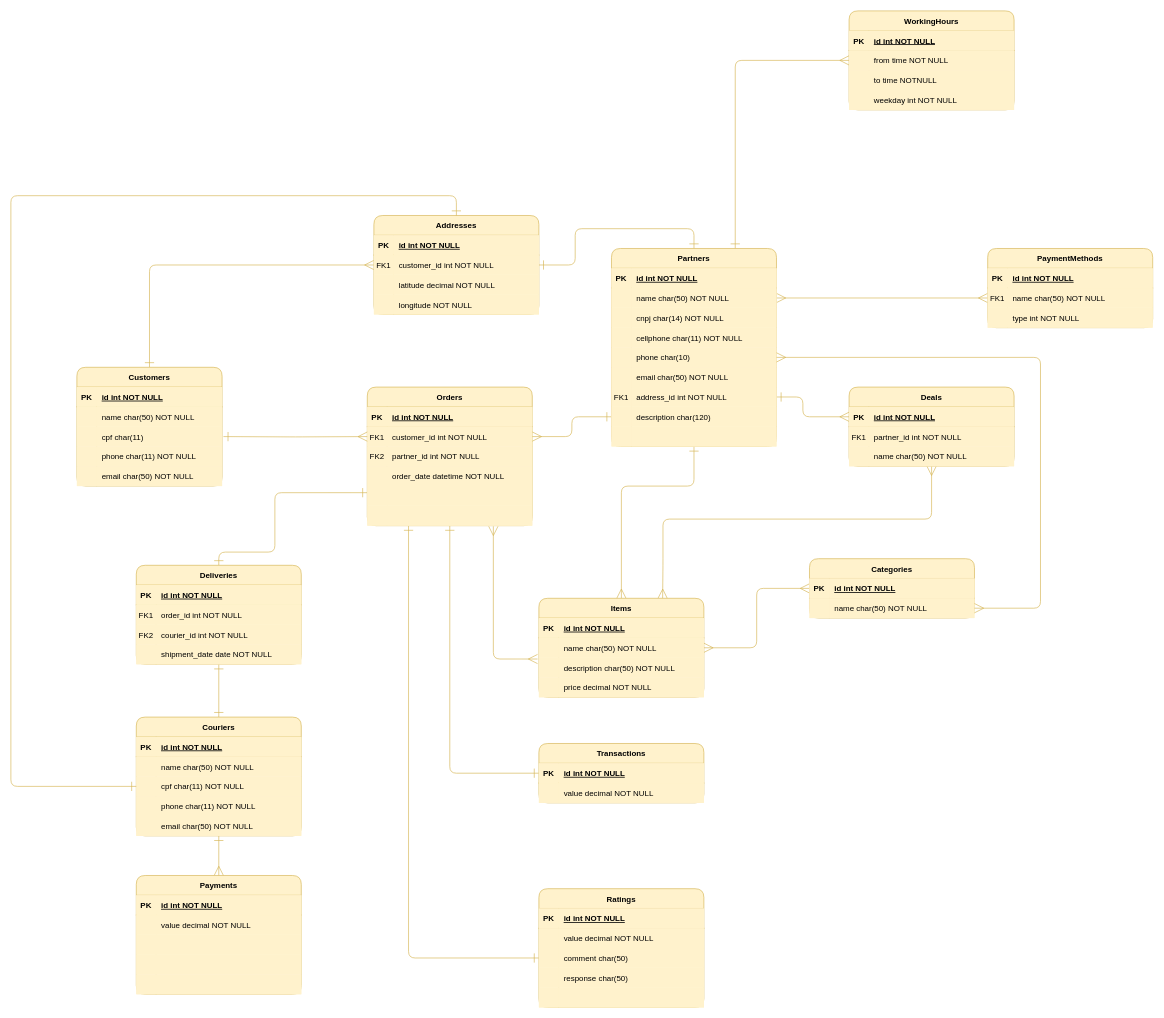
This is Entrega.drawio from digital-heroes/vigilant-dollop, a draw.io file, before an edit. Source tidied: cells renumbered, new cells numbered last; positions are measured from the earlier drawing's top-left corner, leaving out a move shared by most shapes. Both pictures are drawn from the tidied source at 66%, with x=0, y=0 at pixel (11, 11).
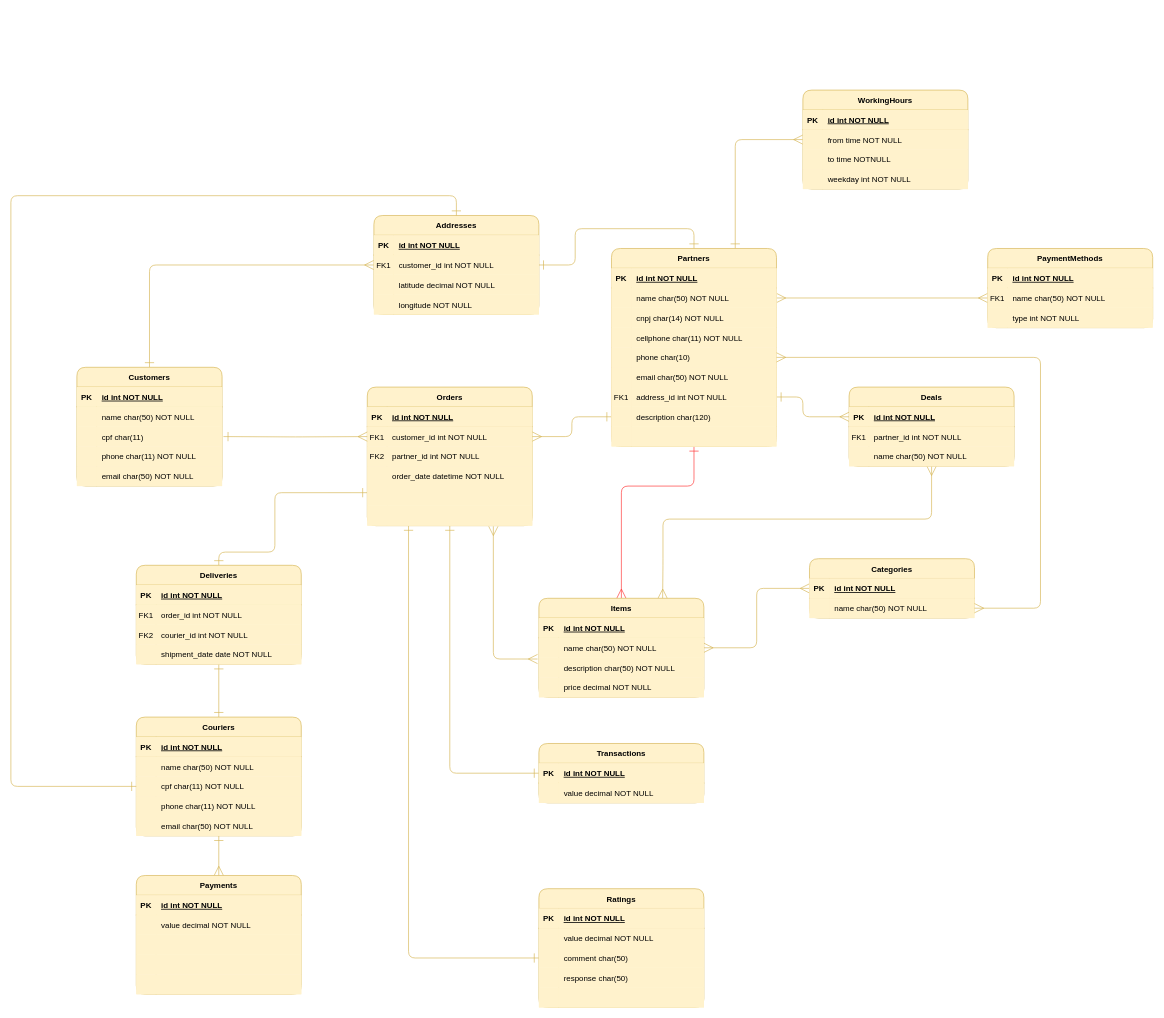
After the change.

Unchanged cells that the change refers to:
```xml
<mxCell id="111" value="Items" style="shape=table;startSize=30;childLayout=tableLayout;rowLines=0;fontStyle=1;align=center;labelBorderColor=none;rounded=1;fillColor=#fff2cc;strokeColor=#d6b656;" parent="1" vertex="1">
  <mxGeometry x="800" y="890" width="250" height="150" as="geometry" />
</mxCell>
<mxCell id="126" value="Partners" style="shape=table;startSize=30;childLayout=tableLayout;rowLines=0;fontStyle=1;align=center;labelBorderColor=none;rounded=1;fillColor=#fff2cc;strokeColor=#d6b656;" parent="1" vertex="1">
  <mxGeometry x="910" y="360" width="250" height="300" as="geometry" />
</mxCell>
```

Change to the diagram source:
```diff
@@
-    <mxCell id="29" style="edgeStyle=orthogonalEdgeStyle;rounded=1;jettySize=auto;html=1;entryX=0.5;entryY=0;entryDx=0;entryDy=0;fontSize=17;labelBorderColor=none;endArrow=ERmany;endFill=0;startArrow=ERone;startFill=0;strokeWidth=1;endSize=12;startSize=12;exitX=0.5;exitY=1;exitDx=0;exitDy=0;fillColor=#fff2cc;strokeColor=#d6b656;" parent="1" edge="1" source="126" target="111">
+    <mxCell id="29" style="edgeStyle=orthogonalEdgeStyle;rounded=1;jettySize=auto;html=1;entryX=0.5;entryY=0;entryDx=0;entryDy=0;fontSize=17;labelBorderColor=none;endArrow=ERmany;endFill=0;startArrow=ERone;startFill=0;strokeWidth=1;endSize=12;startSize=12;exitX=0.5;exitY=1;exitDx=0;exitDy=0;fillColor=#FF3333;strokeColor=#FF3333;" parent="1" edge="1" source="126" target="111">
       <mxGeometry relative="1" as="geometry">
         <Array as="points">
           <mxPoint x="1035" y="720" />
           <mxPoint x="925" y="720" />
         </Array>
       </mxGeometry>
     </mxCell>
@@
     <mxCell id="204" value="WorkingHours" style="shape=table;startSize=30;childLayout=tableLayout;rowLines=0;fontStyle=1;align=center;labelBorderColor=none;rounded=1;fillColor=#fff2cc;strokeColor=#d6b656;" parent="1" vertex="1">
-      <mxGeometry x="1270" width="250" height="150" as="geometry" />
+      <mxGeometry x="1200" y="120" width="250" height="150" as="geometry" />
     </mxCell>
```
